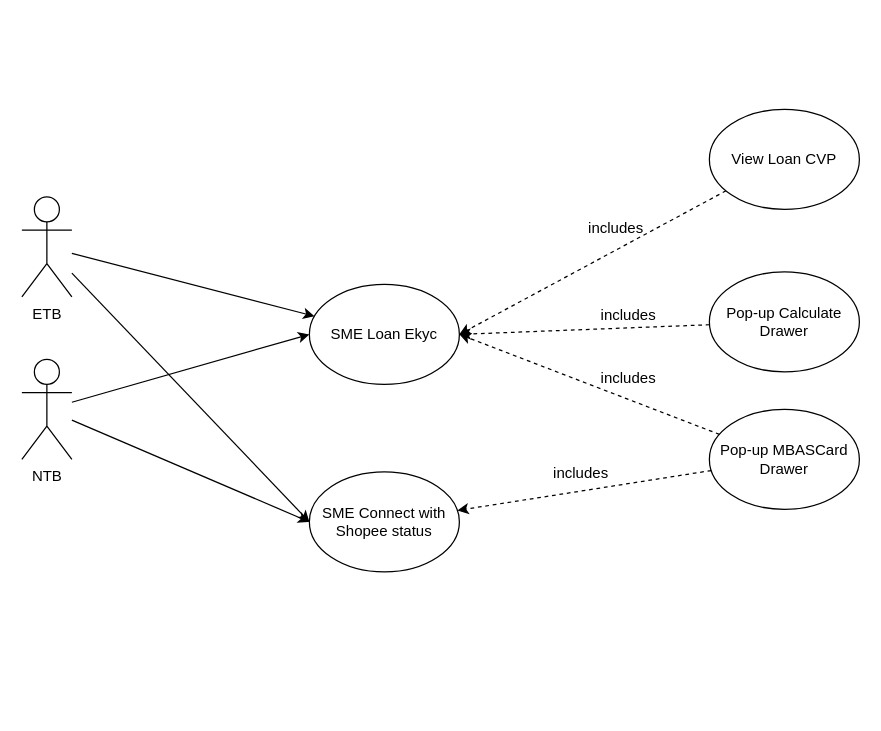
The draw.io diagram page "第 1 页" (1 of 3) of sg-loan-ekyc.drawio in RexYao97/sfrex, before the edit. Source tidied: cells renumbered, new cells numbered last; positions are measured from the earlier drawing's top-left corner, leaving out a move shared by most shapes. Both pictures are drawn from the tidied source at 125%, with x=0, y=0 at pixel (21, 109).
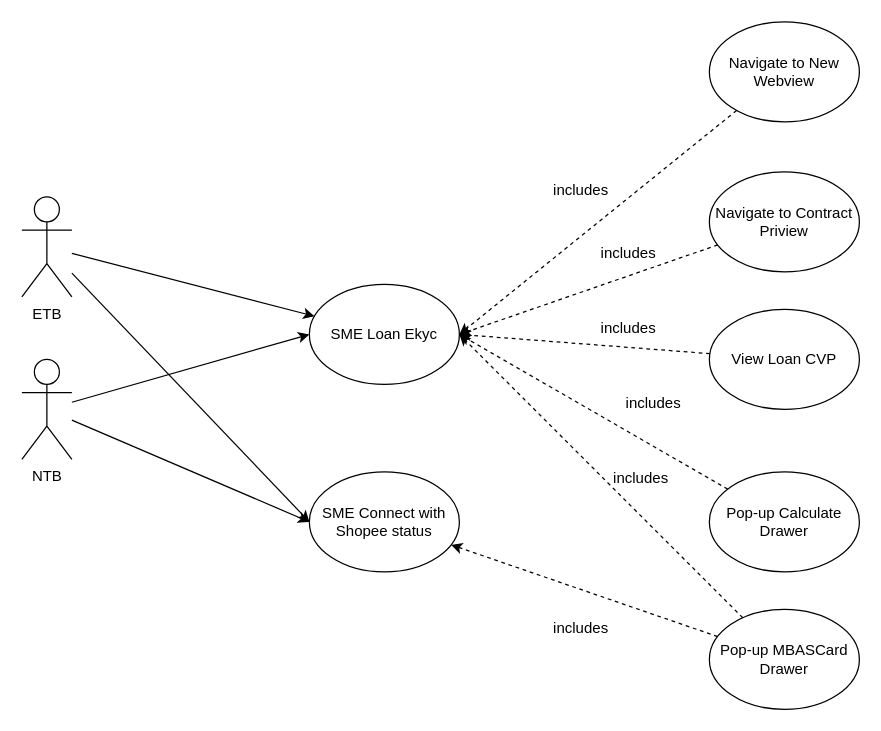
After the change.

Unchanged cells that the change refers to:
```xml
<mxCell id="5" value="SME Loan Ekyc" style="ellipse;whiteSpace=wrap;html=1;" parent="1" vertex="1">
  <mxGeometry x="230" y="140" width="120" height="80" as="geometry" />
</mxCell>
```

What changed in the source:
```diff
@@
     <mxCell id="10" value="View Loan CVP" style="ellipse;whiteSpace=wrap;html=1;" parent="1" vertex="1">
-      <mxGeometry x="550" width="120" height="80" as="geometry" />
+      <mxGeometry x="550" y="160" width="120" height="80" as="geometry" />
     </mxCell>
     <mxCell id="11" value="includes" style="text;html=1;align=center;verticalAlign=middle;strokeColor=none;fillColor=none;" parent="1" vertex="1">
-      <mxGeometry x="440" y="80" width="70" height="30" as="geometry" />
+      <mxGeometry x="450" y="160" width="70" height="30" as="geometry" />
     </mxCell>
@@
     <mxCell id="13" value="Pop-up Calculate Drawer" style="ellipse;whiteSpace=wrap;html=1;" parent="1" vertex="1">
-      <mxGeometry x="550" y="130" width="120" height="80" as="geometry" />
+      <mxGeometry x="550" y="290" width="120" height="80" as="geometry" />
     </mxCell>
@@
     <mxCell id="16" value="Pop-up MBASCard Drawer" style="ellipse;whiteSpace=wrap;html=1;" parent="1" vertex="1">
-      <mxGeometry x="550" y="240" width="120" height="80" as="geometry" />
+      <mxGeometry x="550" y="400" width="120" height="80" as="geometry" />
     </mxCell>
     <mxCell id="17" value="includes" style="text;html=1;align=center;verticalAlign=middle;strokeColor=none;fillColor=none;" parent="1" vertex="1">
-      <mxGeometry x="450" y="150" width="70" height="30" as="geometry" />
+      <mxGeometry x="470" y="220" width="70" height="30" as="geometry" />
     </mxCell>
     <mxCell id="18" value="includes" style="text;html=1;align=center;verticalAlign=middle;strokeColor=none;fillColor=none;" parent="1" vertex="1">
-      <mxGeometry x="450" y="200" width="70" height="30" as="geometry" />
+      <mxGeometry x="460" y="280" width="70" height="30" as="geometry" />
     </mxCell>
@@
     <mxCell id="20" value="includes" style="text;html=1;align=center;verticalAlign=middle;strokeColor=none;fillColor=none;" parent="1" vertex="1">
-      <mxGeometry x="412" y="276" width="70" height="30" as="geometry" />
+      <mxGeometry x="412" y="400" width="70" height="30" as="geometry" />
     </mxCell>
+    <mxCell id="21" style="rounded=0;jettySize=auto;html=1;entryX=1;entryY=0.5;entryDx=0;entryDy=0;dashed=1;" parent="1" edge="1" source="22" target="5">
+      <mxGeometry relative="1" as="geometry" />
+    </mxCell>
+    <mxCell id="22" value="Navigate to Contract Priview" style="ellipse;whiteSpace=wrap;html=1;" parent="1" vertex="1">
+      <mxGeometry x="550" y="50" width="120" height="80" as="geometry" />
+    </mxCell>
+    <mxCell id="23" value="includes" style="text;html=1;align=center;verticalAlign=middle;strokeColor=none;fillColor=none;" parent="1" vertex="1">
+      <mxGeometry x="450" y="100" width="70" height="30" as="geometry" />
+    </mxCell>
+    <mxCell id="24" style="rounded=0;jettySize=auto;html=1;entryX=1;entryY=0.5;entryDx=0;entryDy=0;dashed=1;" parent="1" edge="1" source="25" target="5">
+      <mxGeometry relative="1" as="geometry" />
+    </mxCell>
+    <mxCell id="25" value="Navigate to New Webview" style="ellipse;whiteSpace=wrap;html=1;" parent="1" vertex="1">
+      <mxGeometry x="550" y="-70" width="120" height="80" as="geometry" />
+    </mxCell>
+    <mxCell id="26" value="includes" style="text;html=1;align=center;verticalAlign=middle;strokeColor=none;fillColor=none;" parent="1" vertex="1">
+      <mxGeometry x="412" y="50" width="70" height="30" as="geometry" />
+    </mxCell>
```
